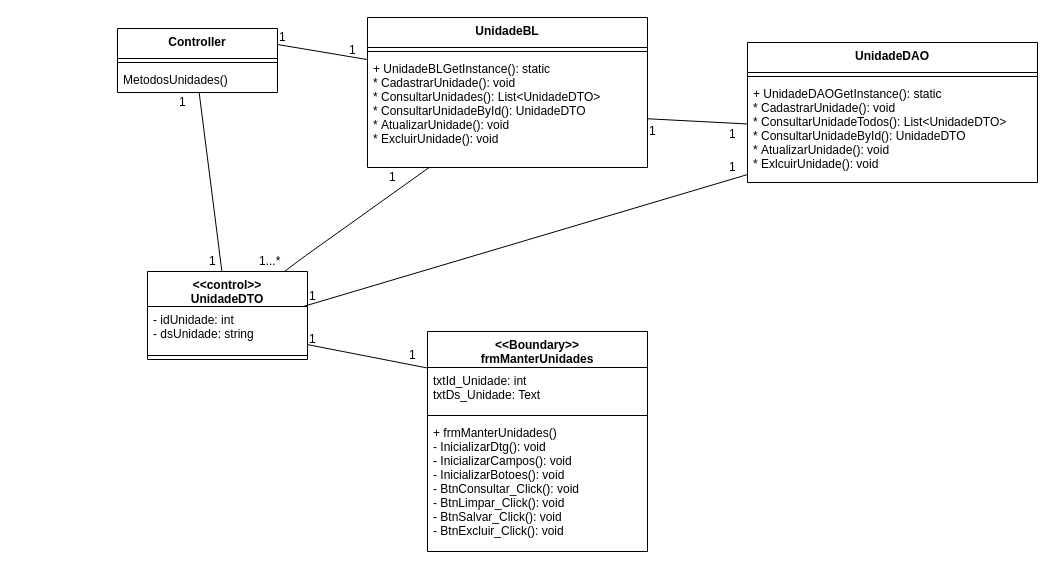
System4Developers/pimADS4 keeps this draw.io diagram as Documentação/Diagramas/Diagrama de Classes/ManterUnidade.drawio. Above is the earlier version. Source tidied: cells renumbered, new cells numbered last; positions are measured from the earlier drawing's top-left corner, leaving out a move shared by most shapes. Both pictures are drawn from the tidied source at 100%, with x=0, y=0 at pixel (117, 17).
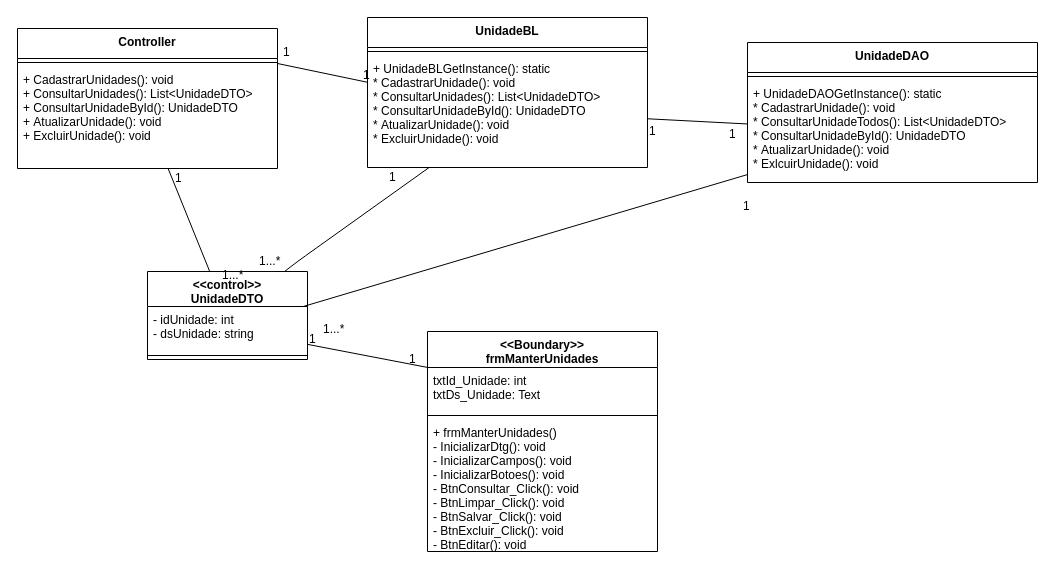
The same page after the edit.

Unchanged cells that the change refers to:
```xml
<mxCell id="14" value="+ UnidadeBLGetInstance(): static&#10;* CadastrarUnidade(): void&#10;* ConsultarUnidades(): List&lt;UnidadeDTO&gt;&#10;* ConsultarUnidadeById(): UnidadeDTO&#10;* AtualizarUnidade(): void&#10;* ExcluirUnidade(): void" style="text;strokeColor=none;fillColor=none;align=left;verticalAlign=top;spacingLeft=4;spacingRight=4;overflow=hidden;points=[[0,0.5],[1,0.5]];portConstraint=eastwest;" parent="12" vertex="1">
  <mxGeometry y="38" width="280" height="112" as="geometry" />
</mxCell>
```

Diff of the diagram source:
```diff
@@
     <mxCell id="2" value="&lt;&lt;Boundary&gt;&gt;&#10;frmManterUnidades" style="swimlane;fontStyle=1;align=center;verticalAlign=top;horizontal=1;startSize=36;" parent="1" vertex="1">
-      <mxGeometry x="310" y="314" width="220" height="220" as="geometry" />
+      <mxGeometry x="310" y="314" width="230" height="220" as="geometry" />
     </mxCell>
     <mxCell id="3" value="txtId_Unidade: int&#10;txtDs_Unidade: Text &#10; " style="text;strokeColor=none;fillColor=none;align=left;verticalAlign=top;spacingLeft=4;spacingRight=4;overflow=hidden;points=[[0,0.5],[1,0.5]];portConstraint=eastwest;" parent="2" vertex="1">
-      <mxGeometry y="36" width="220" height="44" as="geometry" />
+      <mxGeometry y="36" width="230" height="44" as="geometry" />
     </mxCell>
     <mxCell id="4" style="line;strokeWidth=1;fillColor=none;align=left;verticalAlign=middle;spacingTop=-1;spacingLeft=3;spacingRight=3;labelPosition=right;" parent="2" vertex="1">
-      <mxGeometry y="80" width="220" height="8" as="geometry" />
+      <mxGeometry y="80" width="230" height="8" as="geometry" />
     </mxCell>
-    <mxCell id="5" value="+ frmManterUnidades()&#10;- InicializarDtg(): void&#10;- InicializarCampos(): void&#10;- InicializarBotoes(): void&#10;- BtnConsultar_Click(): void&#10;- BtnLimpar_Click(): void&#10;- BtnSalvar_Click(): void&#10;- BtnExcluir_Click(): void&#10;" style="text;strokeColor=none;fillColor=none;align=left;verticalAlign=top;spacingLeft=4;spacingRight=4;overflow=hidden;" parent="2" vertex="1">
-      <mxGeometry y="88" width="220" height="132" as="geometry" />
+    <mxCell id="5" value="+ frmManterUnidades()&#10;- InicializarDtg(): void&#10;- InicializarCampos(): void&#10;- InicializarBotoes(): void&#10;- BtnConsultar_Click(): void&#10;- BtnLimpar_Click(): void&#10;- BtnSalvar_Click(): void&#10;- BtnExcluir_Click(): void&#10;- BtnEditar(): void&#10;" style="text;strokeColor=none;fillColor=none;align=left;verticalAlign=top;spacingLeft=4;spacingRight=4;overflow=hidden;" parent="2" vertex="1">
+      <mxGeometry y="88" width="230" height="132" as="geometry" />
     </mxCell>
@@
     <mxCell id="9" value="Controller" style="swimlane;fontStyle=1;align=center;verticalAlign=top;horizontal=1;startSize=30;" parent="1" vertex="1">
-      <mxGeometry y="11" width="160" height="64" as="geometry" />
+      <mxGeometry x="-100" y="11" width="260" height="140" as="geometry" />
     </mxCell>
     <mxCell id="10" style="line;strokeWidth=1;fillColor=none;align=left;verticalAlign=middle;spacingTop=-1;spacingLeft=3;spacingRight=3;labelPosition=right;" parent="9" vertex="1">
-      <mxGeometry y="30" width="160" height="8" as="geometry" />
+      <mxGeometry y="30" width="260" height="8" as="geometry" />
     </mxCell>
-    <mxCell id="11" value="MetodosUnidades()" style="text;strokeColor=none;fillColor=none;align=left;verticalAlign=top;spacingLeft=4;spacingRight=4;overflow=hidden;points=[[0,0.5],[1,0.5]];portConstraint=eastwest;" parent="9" vertex="1">
-      <mxGeometry y="38" width="160" height="26" as="geometry" />
+    <mxCell id="11" value="+ CadastrarUnidades(): void&#10;+ ConsultarUnidades(): List&lt;UnidadeDTO&gt;&#10;+ ConsultarUnidadeById(): UnidadeDTO&#10;+ AtualizarUnidade(): void&#10;+ ExcluirUnidade(): void" style="text;strokeColor=none;fillColor=none;align=left;verticalAlign=top;spacingLeft=4;spacingRight=4;overflow=hidden;points=[[0,0.5],[1,0.5]];portConstraint=eastwest;" parent="9" vertex="1">
+      <mxGeometry y="38" width="260" height="102" as="geometry" />
     </mxCell>
@@
-    <mxCell id="20" style="endArrow=none;html=1;exitX=1;exitY=0.25;exitDx=0;exitDy=0;" parent="1" edge="1" source="9">
-      <mxGeometry relative="1" as="geometry">
-        <mxPoint x="250" y="42.1" as="targetPoint" />
-      </mxGeometry>
+    <mxCell id="20" style="endArrow=none;html=1;exitX=1;exitY=0.25;exitDx=0;exitDy=0;" parent="1" edge="1" source="9" target="14">
+      <mxGeometry relative="1" as="geometry" />
     </mxCell>
@@
     <mxCell id="22" value="1" style="text;html=1;align=left;verticalAlign=top;spacingTop=-4;" parent="1" vertex="1">
-      <mxGeometry x="160" y="10" width="20" height="20" as="geometry" />
+      <mxGeometry x="164" y="25" width="20" height="20" as="geometry" />
     </mxCell>
     <mxCell id="23" value="1" style="text;html=1;align=left;verticalAlign=top;spacingTop=-4;" parent="1" vertex="1">
-      <mxGeometry x="230" y="23" width="20" height="20" as="geometry" />
+      <mxGeometry x="244" y="48" width="20" height="20" as="geometry" />
     </mxCell>
     <mxCell id="24" value="1" style="text;html=1;align=left;verticalAlign=top;spacingTop=-4;" parent="1" vertex="1">
-      <mxGeometry x="60" y="75" width="20" height="20" as="geometry" />
+      <mxGeometry x="56" y="151" width="20" height="20" as="geometry" />
     </mxCell>
-    <mxCell id="25" value="1" style="text;html=1;align=left;verticalAlign=top;spacingTop=-4;" parent="1" vertex="1">
-      <mxGeometry x="90" y="234" width="20" height="20" as="geometry" />
+    <mxCell id="25" value="1...*" style="text;html=1;align=left;verticalAlign=top;spacingTop=-4;" parent="1" vertex="1">
+      <mxGeometry x="103" y="248" width="40" height="20" as="geometry" />
     </mxCell>
@@
-    <mxCell id="29" value="1" style="text;html=1;align=left;verticalAlign=top;spacingTop=-4;" parent="1" vertex="1">
-      <mxGeometry x="190" y="269" width="20" height="20" as="geometry" />
+    <mxCell id="29" value="1...*" style="text;html=1;align=left;verticalAlign=top;spacingTop=-4;" parent="1" vertex="1">
+      <mxGeometry x="204" y="302" width="40" height="20" as="geometry" />
     </mxCell>
@@
     <mxCell id="31" value="1" style="text;html=1;align=left;verticalAlign=top;spacingTop=-4;" parent="1" vertex="1">
-      <mxGeometry x="290" y="328" width="20" height="20" as="geometry" />
+      <mxGeometry x="290" y="332" width="20" height="20" as="geometry" />
     </mxCell>
     <mxCell id="32" value="1" style="text;html=1;align=left;verticalAlign=top;spacingTop=-4;" parent="1" vertex="1">
-      <mxGeometry x="610" y="140" width="20" height="20" as="geometry" />
+      <mxGeometry x="624" y="179" width="20" height="20" as="geometry" />
     </mxCell>
```
